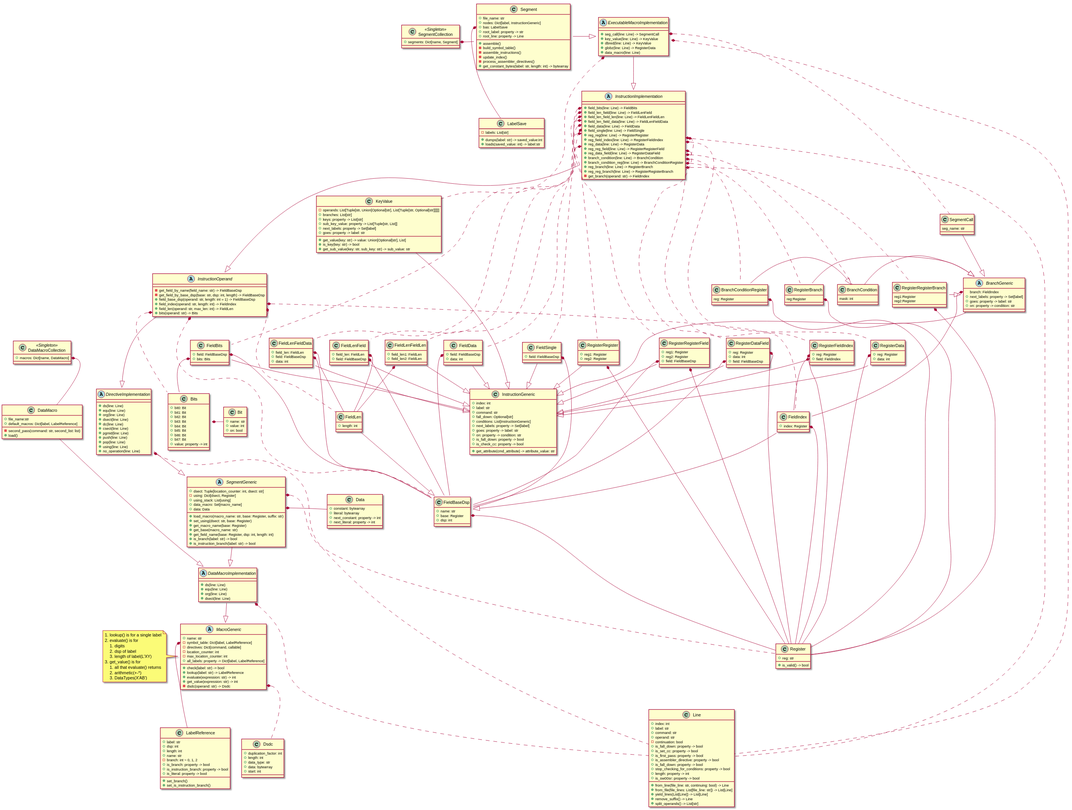
crazynayan/tpf1 keeps this PlantUML diagram as documentation/New_Assembly_Design.svg. Above is the earlier version.
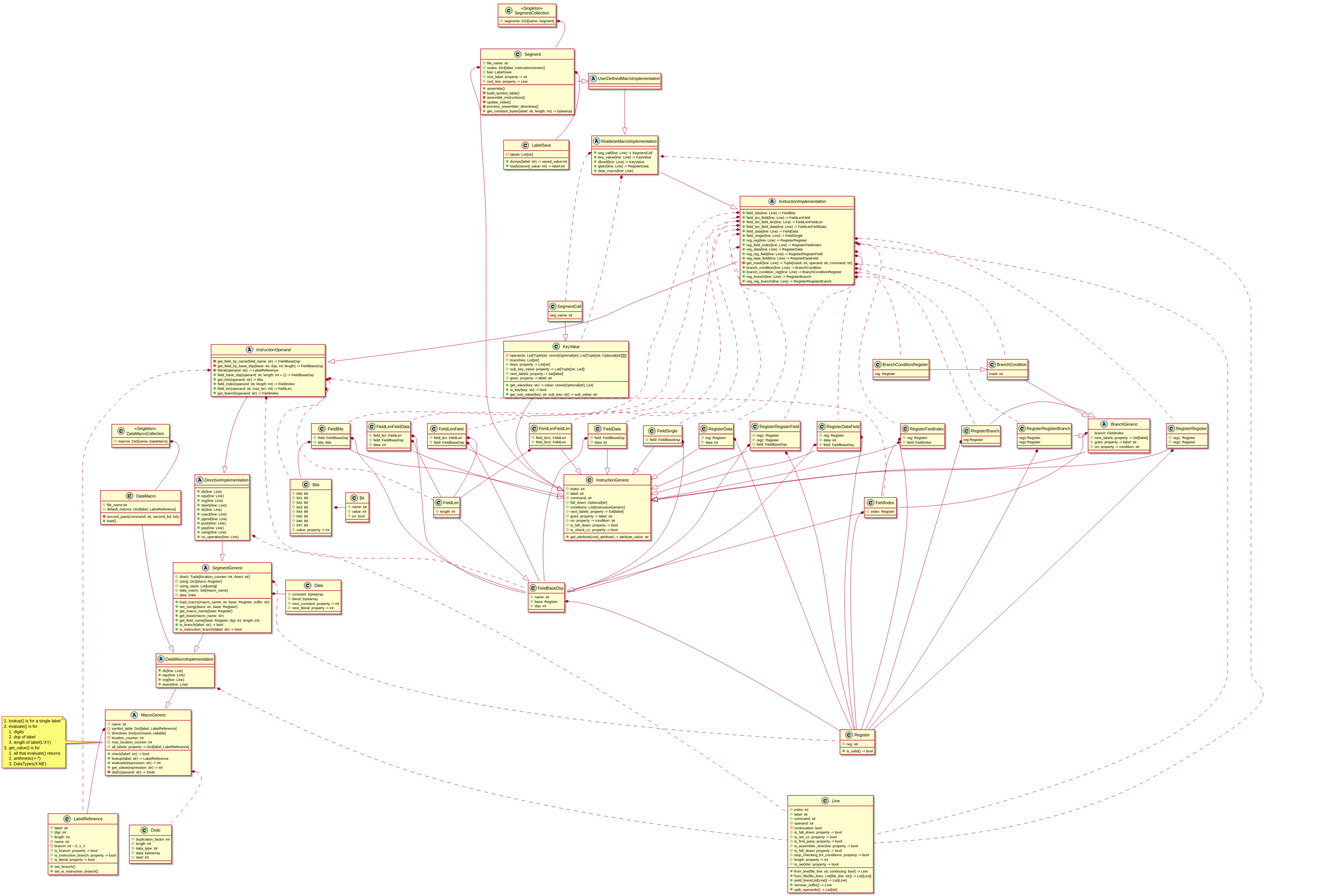
Above is the later version.

Change to the diagram source:
```diff
@@ -140,10 +140,12 @@
 abstract class InstructionOperand {
     -get_field_by_name(field_name: str) -> FieldBaseDsp
     -get_field_by_base_dsp(base: str, dsp: int, length) -> FieldBaseDsp
+    -literal(operand: str) -> LabelReference
     +field_base_dsp(operand: str, length: int = 1) -> FieldBaseDsp
+    +get_bits(operand: str) -> Bits
     +field_index(operand: str, length: int) -> FieldIndex
     +field_len(operand: str, max_len: int) -> FieldLen
-    +bits(operand: str) -> Bits
+    +get_branch(operand: str) -> FieldIndex
 }
 
 InstructionOperand ---|> DirectiveImplementation
@@ -151,6 +153,7 @@
 InstructionOperand::FieldIndex *... FieldIndex
 InstructionOperand::FieldLen *... FieldLen
 InstructionOperand::Bits *... Bits
+InstructionOperand::LabelReference *... LabelReference
 
 class FieldBaseDsp {
     +name: str
@@ -207,11 +210,11 @@
     +reg_data(line: Line) -> RegisterData
     +reg_reg_field(line: Line) -> RegisterRegisterField
     +reg_data_field(line: Line) -> RegisterDataField
+    -get_mask(line: Line) -> Tuple[mask: int, operand: str, command: str]
     +branch_condition(line: Line) -> BranchCondition
     +branch_condition_reg(line: Line) -> BranchConditionRegister
     +reg_branch(line: Line) -> RegisterBranch
     +reg_reg_branch(line: Line) -> RegisterRegisterBranch
-    -get_branch(operand: str) -> FieldIndex
 }
 
 InstructionImplementation::FieldBits *... FieldBits
@@ -362,14 +365,13 @@
     reg: Register
 }
 
-BranchConditionRegister::Register *--- Register
 BranchConditionRegister -|> BranchCondition
 
 class RegisterBranch {
     reg:Register
 }
 
-RegisterBranch::Register *--- Register
+RegisterBranch::Register *---- Register
 RegisterBranch -|> BranchGeneric
 
 class RegisterRegisterBranch {
@@ -381,7 +383,7 @@
 RegisterRegisterBranch -|> BranchGeneric
 
 
-abstract class ExecutableMacroImplementation {
+abstract class RealtimeMacroImplementation {
     +seg_call(line: Line) -> SegmentCall
     +key_value(line: Line) -> KeyValue
     +dbred(line: Line) -> KeyValue
@@ -389,17 +391,14 @@
     +data_macro(line: Line)
 }
 
-ExecutableMacroImplementation --|> InstructionImplementation
-ExecutableMacroImplementation::SegmentCall *... SegmentCall
-ExecutableMacroImplementation::KeyValue *... KeyValue
-ExecutableMacroImplementation::Line *... Line
+RealtimeMacroImplementation --|> InstructionImplementation
+RealtimeMacroImplementation::SegmentCall *... SegmentCall
+RealtimeMacroImplementation::KeyValue *... KeyValue
+RealtimeMacroImplementation::Line *... Line
 
+abstract class UserDefinedMacroImplementation
 
-class SegmentCall {
-    seg_name: str
-}
-
-SegmentCall -|> BranchGeneric
+UserDefinedMacroImplementation --|> RealtimeMacroImplementation
 
 class KeyValue {
     -operands: List[Tuple[str, Union[Optional[str], List[Tuple[str, Optional[str]]]]]]
@@ -414,6 +413,12 @@
 }
 
 KeyValue -|> InstructionGeneric
+
+class SegmentCall {
+    seg_name: str
+}
+
+SegmentCall --|> KeyValue
 
 class LabelSave {
     -labels: List[str]
@@ -435,8 +440,9 @@
     +get_constant_bytes(label: str, length: int) -> bytearray
 }
 
-Segment -|> ExecutableMacroImplementation
+Segment -|> UserDefinedMacroImplementation
 Segment::LabelSave *-- LabelSave
+Segment::InstructionGeneric *---InstructionGeneric
 
 class DataMacroCollection <<Singleton>> {
     +macros: Dict[name, DataMacro]
@@ -447,5 +453,5 @@
 }
 
 DataMacroCollection::DataMacro *-- DataMacro
-SegmentCollection::Segment *- Segment
+SegmentCollection::Segment *-- Segment
 @enduml
```
